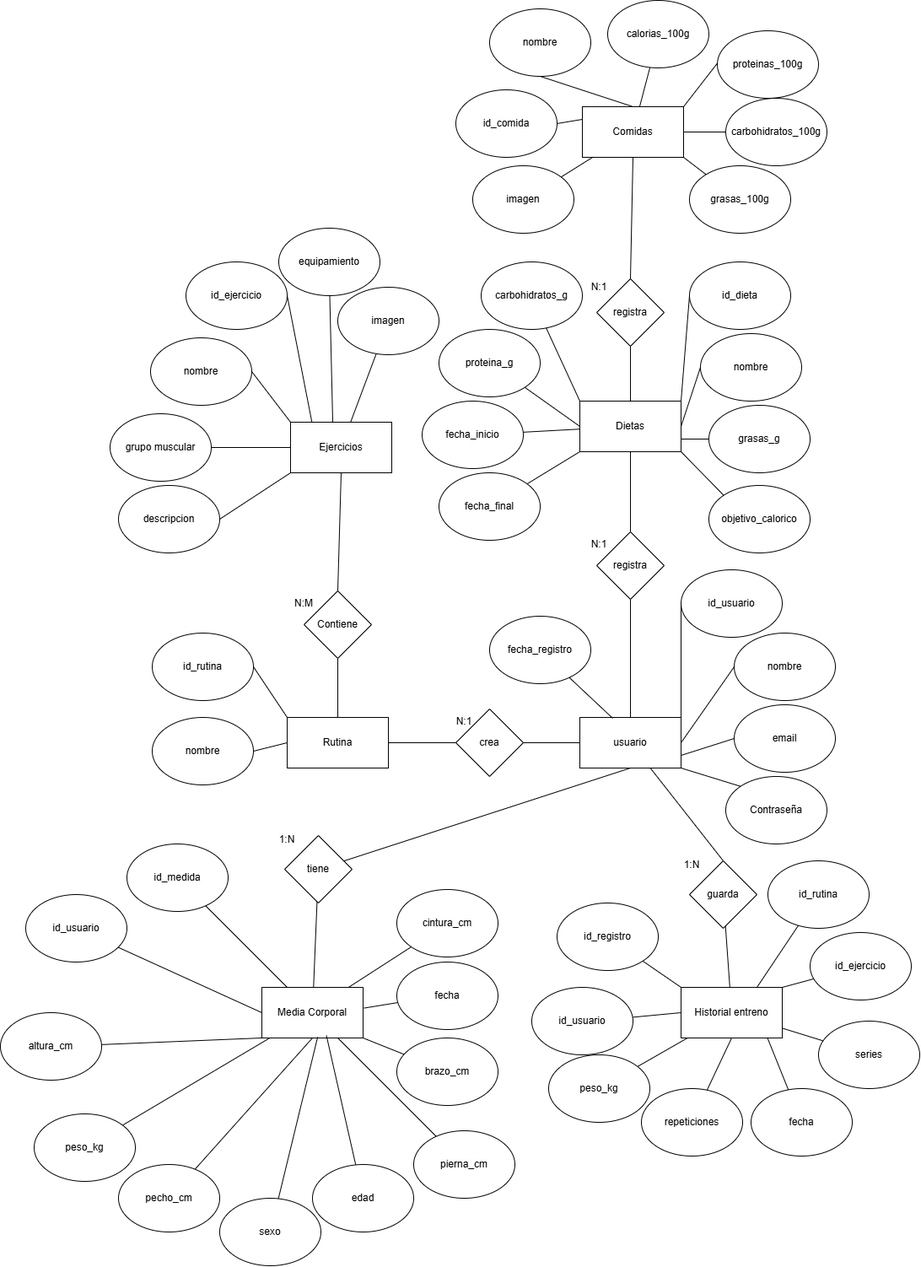
Above: BaseDatos/MapaEntidadRelacion.png in fullace3/Proyecto_Final_DAM (draw.io), before the change. Source tidied: cells renumbered, new cells last; positions are measured from the earlier drawing's top-left corner, leaving out a move shared by most shapes.
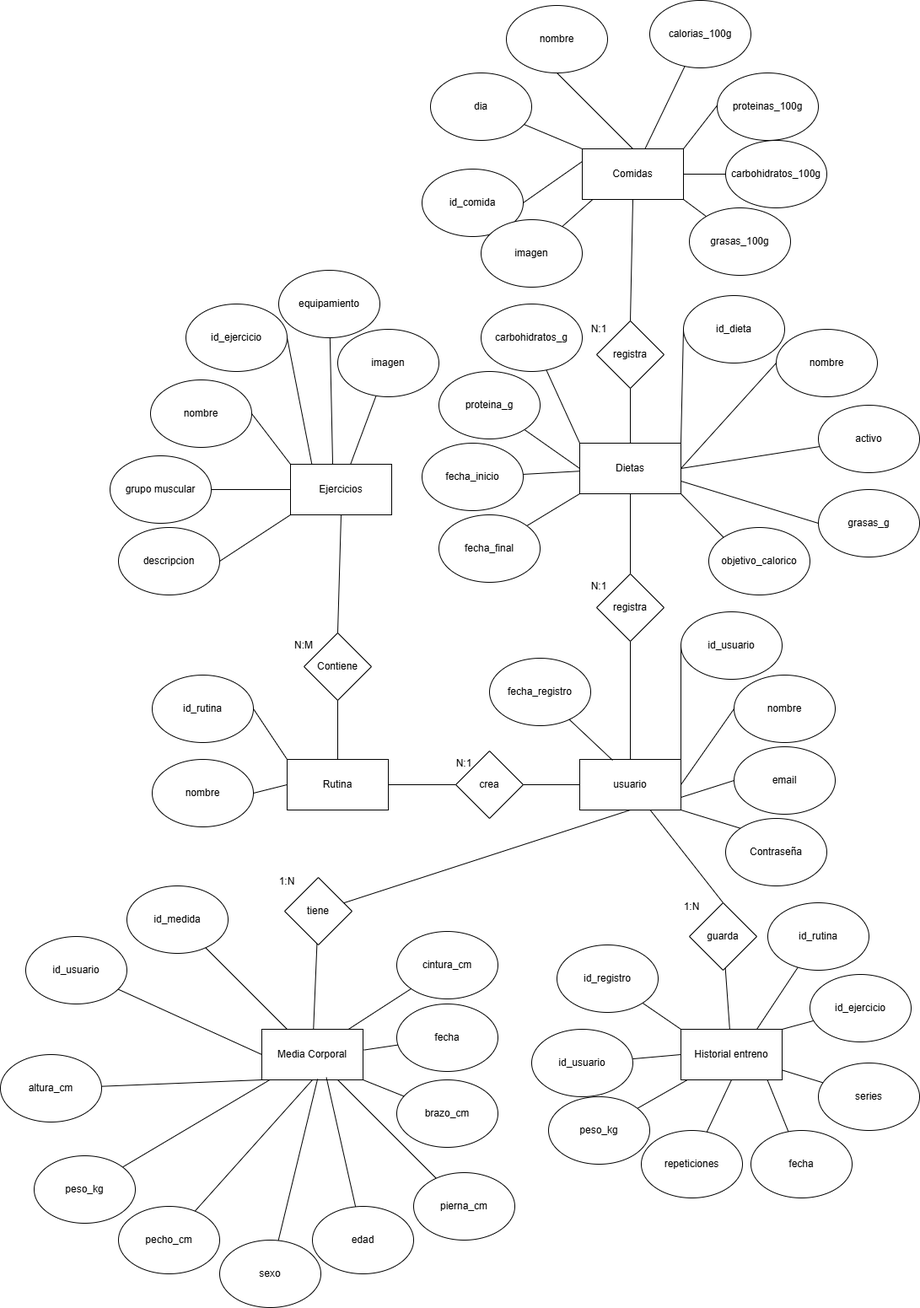
Above is the later version.

Change to the diagram source:
```diff
@@ -102,13 +102,13 @@
       <mxGeometry x="687" y="475" width="120" height="60" as="geometry" />
     </mxCell>
     <mxCell id="35" value="id_dieta" style="ellipse;whiteSpace=wrap;html=1;" parent="1" vertex="1">
-      <mxGeometry x="817" y="310" width="120" height="80" as="geometry" />
+      <mxGeometry x="810" y="300" width="120" height="80" as="geometry" />
     </mxCell>
     <mxCell id="36" value="&lt;div&gt;nombre&lt;/div&gt;" style="ellipse;whiteSpace=wrap;html=1;" parent="1" vertex="1">
-      <mxGeometry x="830" y="395" width="120" height="80" as="geometry" />
+      <mxGeometry x="920" y="340" width="120" height="80" as="geometry" />
     </mxCell>
     <mxCell id="37" value="grasas_g" style="ellipse;whiteSpace=wrap;html=1;" parent="1" vertex="1">
-      <mxGeometry x="840" y="480" width="120" height="80" as="geometry" />
+      <mxGeometry x="970" y="530" width="120" height="80" as="geometry" />
     </mxCell>
     <mxCell id="38" style="endArrow=none;html=1;rounded=0;exitX=0;exitY=0.5;exitDx=0;exitDy=0;entryX=1;entryY=0.75;entryDx=0;entryDy=0;" parent="1" edge="1" source="37" target="34">
       <mxGeometry relative="1" as="geometry" />
@@ -150,13 +150,13 @@
       <mxGeometry x="690" y="126" width="120" height="60" as="geometry" />
     </mxCell>
     <mxCell id="51" value="id_comida" style="ellipse;whiteSpace=wrap;html=1;" parent="1" vertex="1">
-      <mxGeometry x="540" y="106" width="120" height="80" as="geometry" />
+      <mxGeometry x="500" y="150" width="120" height="80" as="geometry" />
     </mxCell>
     <mxCell id="52" value="&lt;div&gt;nombre&lt;/div&gt;" style="ellipse;whiteSpace=wrap;html=1;" parent="1" vertex="1">
-      <mxGeometry x="580" y="10" width="120" height="80" as="geometry" />
+      <mxGeometry x="600" y="-44" width="120" height="80" as="geometry" />
     </mxCell>
     <mxCell id="53" value="calorias_100g" style="ellipse;whiteSpace=wrap;html=1;" parent="1" vertex="1">
-      <mxGeometry x="720" width="120" height="80" as="geometry" />
+      <mxGeometry x="770" y="-50" width="120" height="80" as="geometry" />
     </mxCell>
     <mxCell id="54" style="endArrow=none;html=1;rounded=0;exitX=0.5;exitY=1;exitDx=0;exitDy=0;entryX=0.5;entryY=0;entryDx=0;entryDy=0;" parent="1" edge="1" source="52" target="50">
       <mxGeometry relative="1" as="geometry" />
@@ -294,7 +294,7 @@
       <mxGeometry relative="1" as="geometry" />
     </mxCell>
     <mxCell id="99" value="imagen" style="ellipse;whiteSpace=wrap;html=1;" parent="1" vertex="1">
-      <mxGeometry x="560" y="196" width="120" height="80" as="geometry" />
+      <mxGeometry x="570" y="210" width="120" height="80" as="geometry" />
     </mxCell>
     <mxCell id="100" style="rounded=0;jettySize=auto;html=1;entryX=0.107;entryY=0.993;entryDx=0;entryDy=0;entryPerimeter=0;endArrow=none;endFill=0;" parent="1" edge="1" source="99" target="50">
       <mxGeometry relative="1" as="geometry" />
@@ -377,5 +377,17 @@
     <mxCell id="126" style="rounded=0;jettySize=auto;html=1;entryX=0.638;entryY=0.953;entryDx=0;entryDy=0;entryPerimeter=0;endArrow=none;endFill=0;" parent="1" edge="1" source="125" target="68">
       <mxGeometry relative="1" as="geometry" />
     </mxCell>
+    <mxCell id="127" style="rounded=0;jettySize=auto;html=1;entryX=1;entryY=0.5;entryDx=0;entryDy=0;endArrow=none;endFill=0;" parent="1" edge="1" source="128" target="34">
+      <mxGeometry relative="1" as="geometry" />
+    </mxCell>
+    <mxCell id="128" value="&lt;div&gt;activo&lt;/div&gt;" style="ellipse;whiteSpace=wrap;html=1;" parent="1" vertex="1">
+      <mxGeometry x="970" y="430" width="120" height="80" as="geometry" />
+    </mxCell>
+    <mxCell id="129" style="rounded=0;jettySize=auto;html=1;entryX=0;entryY=0;entryDx=0;entryDy=0;endArrow=none;endFill=0;" parent="1" edge="1" source="130" target="50">
+      <mxGeometry relative="1" as="geometry" />
+    </mxCell>
+    <mxCell id="130" value="&lt;div&gt;dia&lt;/div&gt;" style="ellipse;whiteSpace=wrap;html=1;" parent="1" vertex="1">
+      <mxGeometry x="510" y="36" width="120" height="80" as="geometry" />
+    </mxCell>
   </root>
 </mxGraphModel>
```
